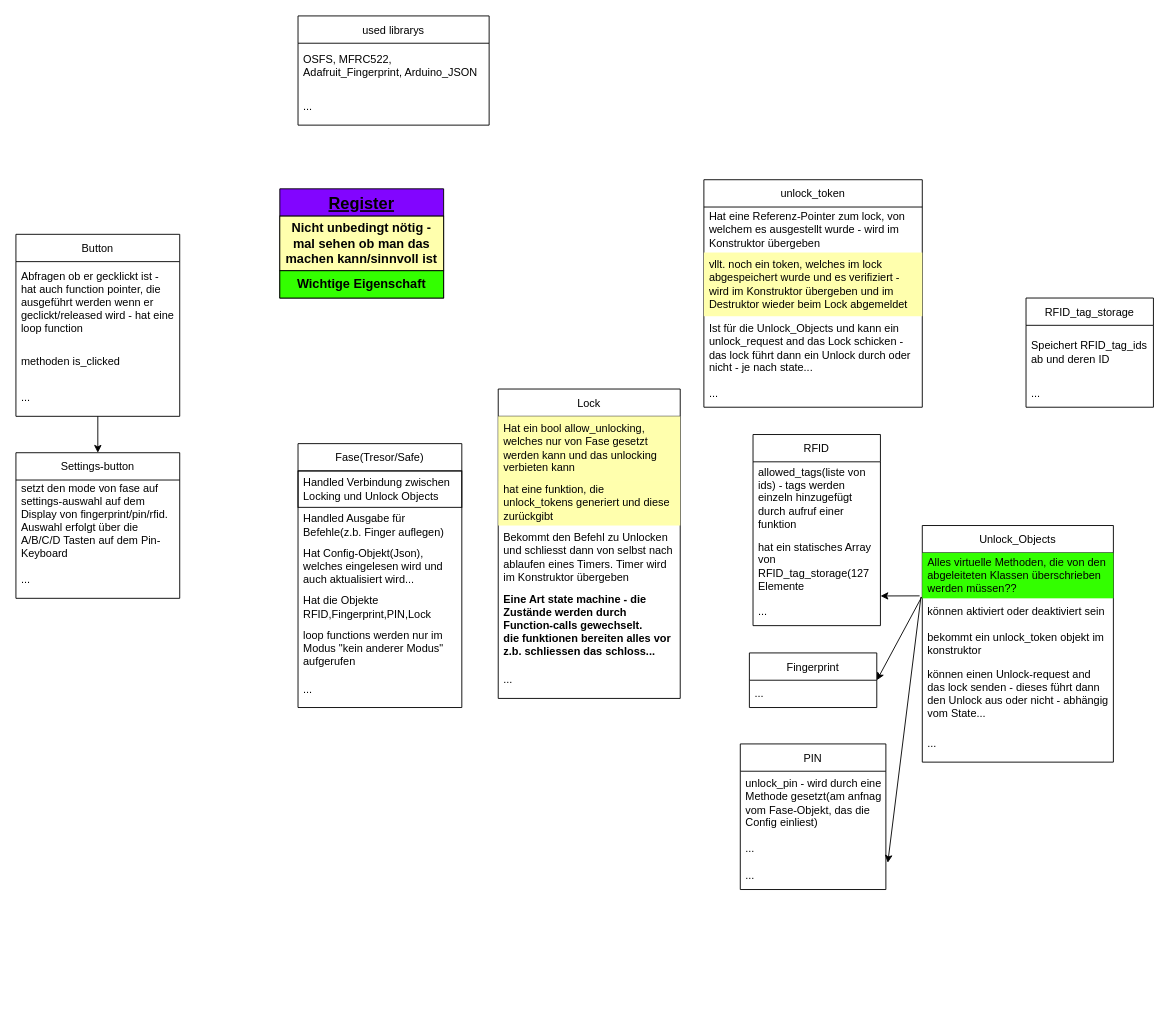
Above: page "grobe Strukturierung" (1 of 2) of first draft.drawio in Jair-F/Safe (draw.io), before the change. Source tidied: cells renumbered, new cells numbered last; positions are measured from the earlier drawing's top-left corner, leaving out a move shared by most shapes. Both pictures are drawn from the tidied source at 91%, with x=0, y=0 at pixel (15, 15).
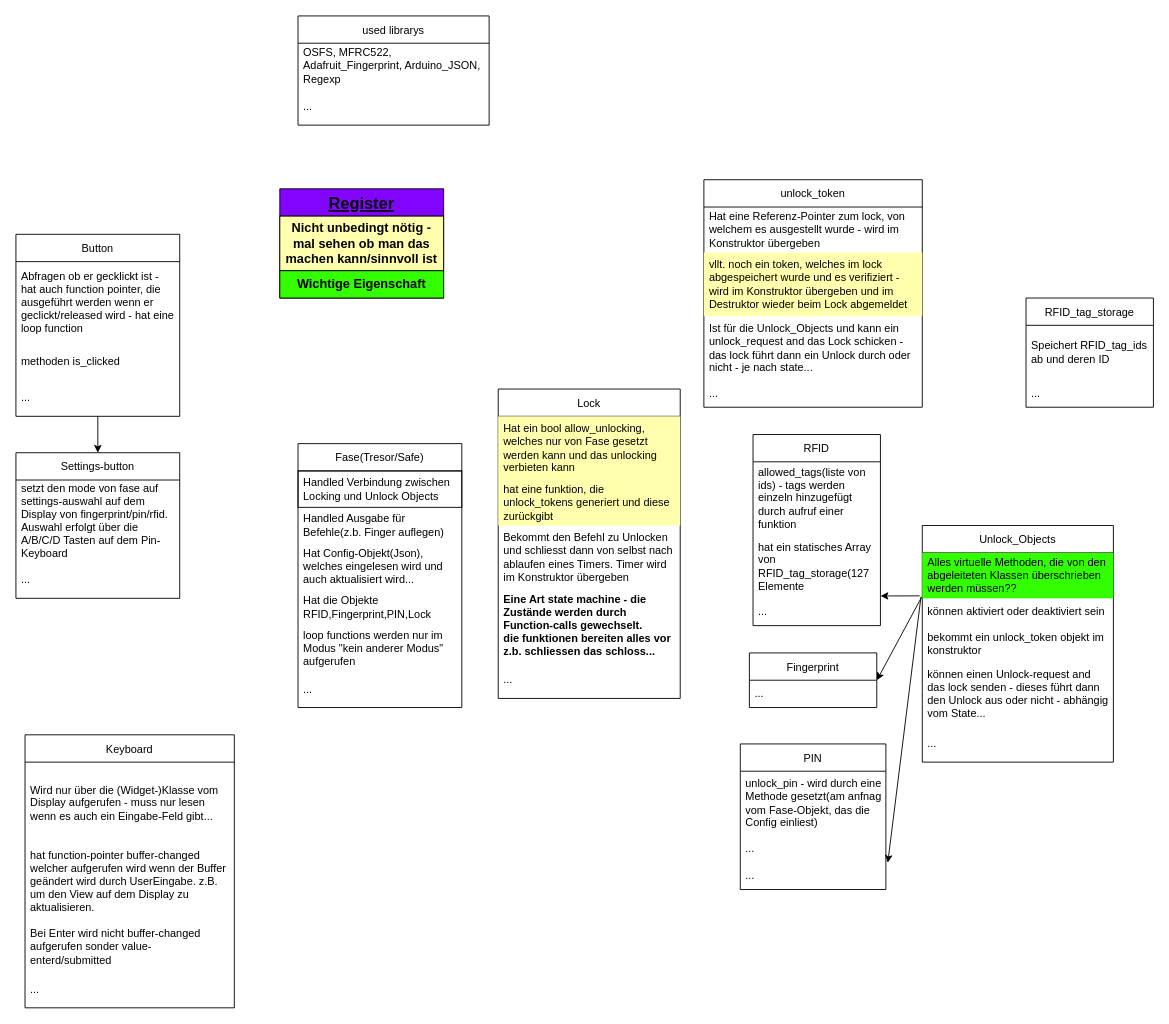
After the change.

Commit message (it also covers changes not shown here):
added wire description for fingerprint

The change refers to these unchanged cells:
```xml
<mxCell id="53" value="used librarys" style="swimlane;fontStyle=0;horizontal=1;startSize=30;" parent="1" vertex="1">
  <mxGeometry x="310" width="210" height="120" as="geometry" />
</mxCell>
```

Diff of the diagram source:
```diff
@@
-    <mxCell id="54" value="OSFS, MFRC522, Adafruit_Fingerprint, Arduino_JSON" style="text;strokeColor=none;fillColor=none;align=left;verticalAlign=middle;spacingLeft=4;spacingRight=4;overflow=hidden;labelBorderColor=none;labelBackgroundColor=none;whiteSpace=wrap;" parent="53" vertex="1">
+    <mxCell id="54" value="OSFS, MFRC522, Adafruit_Fingerprint, Arduino_JSON, Regexp" style="text;strokeColor=none;fillColor=none;align=left;verticalAlign=middle;spacingLeft=4;spacingRight=4;overflow=hidden;labelBorderColor=none;labelBackgroundColor=none;whiteSpace=wrap;" parent="53" vertex="1">
       <mxGeometry y="30" width="210" height="50" as="geometry" />
     </mxCell>
@@
+    <mxCell id="56" value="Keyboard" style="swimlane;fontStyle=0;horizontal=1;startSize=30;" parent="1" vertex="1">
+      <mxGeometry x="10" y="790" width="230" height="300" as="geometry" />
+    </mxCell>
+    <mxCell id="57" value="Wird nur über die (Widget-)Klasse vom Display aufgerufen - muss nur lesen wenn es auch ein Eingabe-Feld gibt..." style="text;strokeColor=none;fillColor=none;align=left;verticalAlign=middle;spacingLeft=4;spacingRight=4;overflow=hidden;labelBorderColor=none;labelBackgroundColor=none;whiteSpace=wrap;" parent="56" vertex="1">
+      <mxGeometry y="30" width="230" height="90" as="geometry" />
+    </mxCell>
+    <mxCell id="58" value="hat function-pointer buffer-changed welcher aufgerufen wird wenn der Buffer geändert wird durch UserEingabe. z.B. um den View auf dem Display zu aktualisieren.&#10;&#10;Bei Enter wird nicht buffer-changed aufgerufen sonder value-enterd/submitted" style="text;strokeColor=none;fillColor=none;align=left;verticalAlign=middle;spacingLeft=4;spacingRight=4;overflow=hidden;labelBorderColor=none;labelBackgroundColor=none;whiteSpace=wrap;" parent="56" vertex="1">
+      <mxGeometry y="120" width="230" height="140" as="geometry" />
+    </mxCell>
+    <mxCell id="59" value="..." style="text;strokeColor=none;fillColor=none;align=left;verticalAlign=middle;spacingLeft=4;spacingRight=4;overflow=hidden;labelBorderColor=none;labelBackgroundColor=none;whiteSpace=wrap;" parent="56" vertex="1">
+      <mxGeometry y="260" width="230" height="40" as="geometry" />
+    </mxCell>
```
